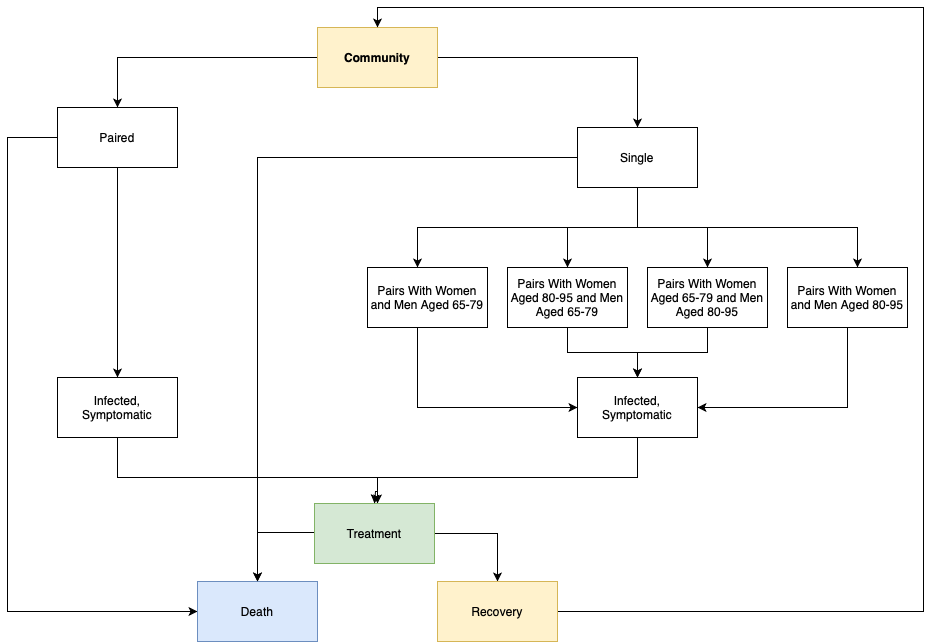
Before: Documentation/FinalReport/BlockDiagram.png, a diagram exported from draw.io (hillegass/discrete-simulation). Source tidied: cells renumbered, new cells last; positions are measured from the earlier drawing's top-left corner, leaving out a move shared by most shapes.
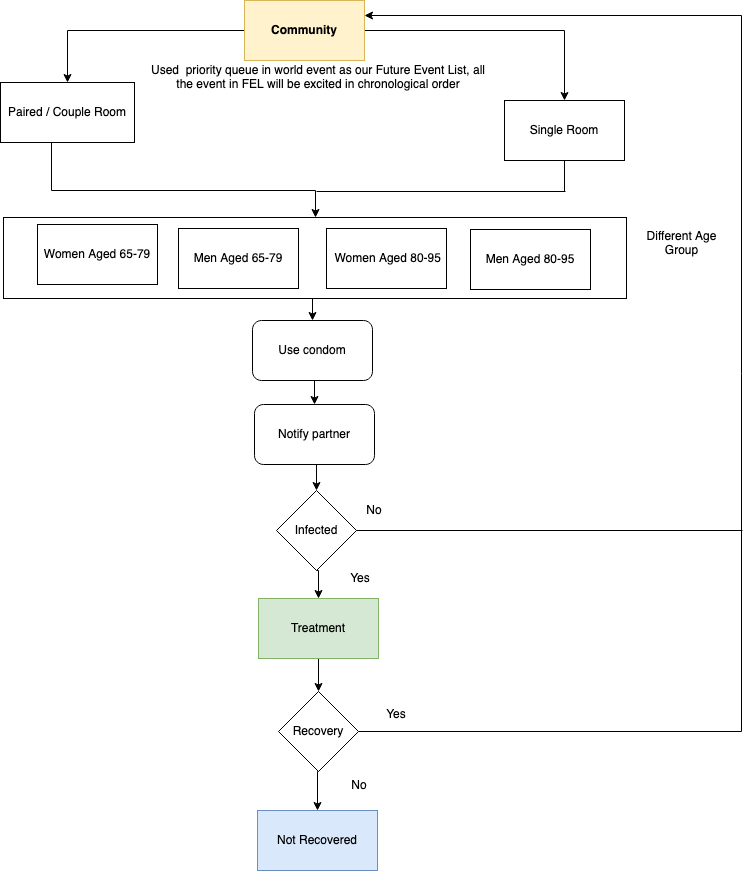
Later version of the same file.

The edit, as a diff of the source:
```diff
@@ -2,6 +2,12 @@
   <root>
     <mxCell id="0" />
     <mxCell id="1" parent="0" />
+    <mxCell id="32" style="edgeStyle=orthogonalEdgeStyle;rounded=0;jettySize=auto;html=1;exitX=0.5;exitY=1;exitDx=0;exitDy=0;entryX=0.5;entryY=0;entryDx=0;entryDy=0;" parent="1" edge="1" source="33" target="40">
+      <mxGeometry relative="1" as="geometry" />
+    </mxCell>
+    <mxCell id="33" style="rounded=0;whiteSpace=wrap;html=1;" parent="1" vertex="1">
+      <mxGeometry x="370" y="255" width="623" height="81" as="geometry" />
+    </mxCell>
     <mxCell id="2" style="edgeStyle=orthogonalEdgeStyle;rounded=0;jettySize=auto;html=1;" parent="1" edge="1" source="4" target="21">
       <mxGeometry relative="1" as="geometry" />
     </mxCell>
@@ -9,137 +15,108 @@
       <mxGeometry relative="1" as="geometry" />
     </mxCell>
     <mxCell id="4" value="Community" style="rounded=0;whiteSpace=wrap;html=1;fillColor=#fff2cc;strokeColor=#d6b656;gradientColor=none;fontStyle=1;" parent="1" vertex="1">
-      <mxGeometry x="310" y="20" width="120" height="60" as="geometry" />
+      <mxGeometry x="611" y="38" width="120" height="60" as="geometry" />
     </mxCell>
-    <mxCell id="5" style="edgeStyle=orthogonalEdgeStyle;rounded=0;jettySize=auto;html=1;entryX=0.5;entryY=0;entryDx=0;entryDy=0;" parent="1" edge="1" source="7" target="9">
-      <mxGeometry relative="1" as="geometry" />
-    </mxCell>
-    <mxCell id="6" style="edgeStyle=orthogonalEdgeStyle;rounded=0;jettySize=auto;html=1;entryX=0;entryY=0.5;entryDx=0;entryDy=0;" parent="1" edge="1" source="7" target="15">
-      <mxGeometry relative="1" as="geometry">
-        <Array as="points">
-          <mxPoint y="130" />
-          <mxPoint y="604" />
-        </Array>
-      </mxGeometry>
-    </mxCell>
+    <mxCell id="34" style="edgeStyle=orthogonalEdgeStyle;rounded=0;jettySize=auto;html=1;exitX=0.5;exitY=1;exitDx=0;exitDy=0;" parent="1" edge="1" source="7" target="33">
+      <mxGeometry relative="1" as="geometry">
+        <Array as="points">
+          <mxPoint x="418" y="228" />
+          <mxPoint x="682" y="228" />
+        </Array>
+      </mxGeometry>
+    </mxCell>
-    <mxCell id="7" value="Paired" style="rounded=0;whiteSpace=wrap;html=1;" parent="1" vertex="1">
-      <mxGeometry x="50" y="100" width="120" height="60" as="geometry" />
+    <mxCell id="7" value="Paired / Couple Room" style="rounded=0;whiteSpace=wrap;html=1;" parent="1" vertex="1">
+      <mxGeometry x="367" y="120" width="134" height="60" as="geometry" />
     </mxCell>
-    <mxCell id="8" style="edgeStyle=orthogonalEdgeStyle;rounded=0;jettySize=auto;html=1;" parent="1" edge="1" source="9" target="12">
-      <mxGeometry relative="1" as="geometry">
-        <Array as="points">
-          <mxPoint x="110" y="470" />
-          <mxPoint x="370" y="470" />
-        </Array>
-      </mxGeometry>
-    </mxCell>
-    <mxCell id="9" value="Infected, Symptomatic" style="rounded=0;whiteSpace=wrap;html=1;" parent="1" vertex="1">
-      <mxGeometry x="50" y="370" width="120" height="60" as="geometry" />
-    </mxCell>
-    <mxCell id="10" style="edgeStyle=orthogonalEdgeStyle;rounded=0;jettySize=auto;html=1;" parent="1" edge="1" source="12" target="15">
-      <mxGeometry relative="1" as="geometry">
-        <Array as="points">
-          <mxPoint x="250" y="525" />
-        </Array>
-      </mxGeometry>
-    </mxCell>
-    <mxCell id="11" style="edgeStyle=orthogonalEdgeStyle;rounded=0;jettySize=auto;html=1;" parent="1" edge="1" source="12" target="14">
+    <mxCell id="11" style="edgeStyle=orthogonalEdgeStyle;rounded=0;jettySize=auto;html=1;exitX=0.5;exitY=1;exitDx=0;exitDy=0;" parent="1" edge="1" source="12" target="14">
       <mxGeometry relative="1" as="geometry" />
     </mxCell>
     <mxCell id="12" value="Treatment" style="rounded=0;whiteSpace=wrap;html=1;fillColor=#d5e8d4;strokeColor=#82b366;" parent="1" vertex="1">
-      <mxGeometry x="307" y="496" width="120" height="60" as="geometry" />
+      <mxGeometry x="625" y="636" width="120" height="60" as="geometry" />
     </mxCell>
+    <mxCell id="15" value="Not Recovered" style="rounded=0;whiteSpace=wrap;html=1;fillColor=#dae8fc;strokeColor=#6c8ebf;" parent="1" vertex="1">
+      <mxGeometry x="624" y="848" width="120" height="60" as="geometry" />
+    </mxCell>
+    <mxCell id="21" value="Single Room" style="rounded=0;whiteSpace=wrap;html=1;" parent="1" vertex="1">
+      <mxGeometry x="871" y="138" width="120" height="60" as="geometry" />
+    </mxCell>
+    <mxCell id="23" value="Men Aged 65-79" style="rounded=0;whiteSpace=wrap;html=1;" parent="1" vertex="1">
+      <mxGeometry x="545" y="266" width="120" height="60" as="geometry" />
+    </mxCell>
+    <mxCell id="25" value="&amp;nbsp;Women Aged 80-95" style="rounded=0;whiteSpace=wrap;html=1;" parent="1" vertex="1">
+      <mxGeometry x="693" y="266" width="120" height="60" as="geometry" />
+    </mxCell>
+    <mxCell id="27" value="Men Aged 80-95" style="rounded=0;whiteSpace=wrap;html=1;" parent="1" vertex="1">
+      <mxGeometry x="837" y="267" width="120" height="60" as="geometry" />
+    </mxCell>
+    <mxCell id="29" value="Women Aged 65-79" style="rounded=0;whiteSpace=wrap;html=1;" parent="1" vertex="1">
+      <mxGeometry x="404" y="262" width="120" height="60" as="geometry" />
+    </mxCell>
+    <mxCell id="35" value="Used &amp;nbsp;priority queue in world event as our Future Event List, all the event in FEL will be excited in chronological order" style="text;html=1;strokeColor=none;fillColor=none;align=center;verticalAlign=middle;whiteSpace=wrap;rounded=0;fontColor=#000000;fontStyle=0;" parent="1" vertex="1">
+      <mxGeometry x="510" y="105" width="350" height="20" as="geometry" />
+    </mxCell>
+    <mxCell id="36" style="endArrow=none;html=1;" parent="1" edge="1">
+      <mxGeometry relative="1" as="geometry">
+        <mxPoint x="683" y="229" as="sourcePoint" />
+        <mxPoint x="932" y="229" as="targetPoint" />
+      </mxGeometry>
+    </mxCell>
+    <mxCell id="37" style="endArrow=none;html=1;entryX=0.5;entryY=1;entryDx=0;entryDy=0;" parent="1" edge="1" target="21">
+      <mxGeometry relative="1" as="geometry">
+        <mxPoint x="931" y="229" as="sourcePoint" />
+      </mxGeometry>
+    </mxCell>
+    <mxCell id="38" value="&lt;div&gt;Different Age Group&lt;/div&gt;&lt;div&gt;&lt;br&gt;&lt;/div&gt;" style="text;html=1;strokeColor=none;fillColor=none;align=center;verticalAlign=middle;whiteSpace=wrap;rounded=0;" parent="1" vertex="1">
+      <mxGeometry x="1003" y="262" width="91" height="51" as="geometry" />
+    </mxCell>
+    <mxCell id="39" style="edgeStyle=orthogonalEdgeStyle;rounded=0;jettySize=auto;html=1;exitX=0.5;exitY=1;exitDx=0;exitDy=0;entryX=0.5;entryY=0;entryDx=0;entryDy=0;" parent="1" edge="1" source="40" target="42">
+      <mxGeometry relative="1" as="geometry" />
+    </mxCell>
+    <mxCell id="40" value="Use condom" style="rounded=1;whiteSpace=wrap;html=1;" parent="1" vertex="1">
+      <mxGeometry x="619" y="358" width="120" height="60" as="geometry" />
+    </mxCell>
+    <mxCell id="41" style="edgeStyle=orthogonalEdgeStyle;rounded=0;jettySize=auto;html=1;exitX=0.5;exitY=1;exitDx=0;exitDy=0;entryX=0.5;entryY=0;entryDx=0;entryDy=0;" parent="1" edge="1" source="42" target="44">
+      <mxGeometry relative="1" as="geometry" />
+    </mxCell>
+    <mxCell id="42" value="Notify partner" style="rounded=1;whiteSpace=wrap;html=1;" parent="1" vertex="1">
+      <mxGeometry x="621" y="442" width="120" height="60" as="geometry" />
+    </mxCell>
+    <mxCell id="43" style="edgeStyle=orthogonalEdgeStyle;rounded=0;jettySize=auto;html=1;exitX=0.5;exitY=1;exitDx=0;exitDy=0;entryX=0.5;entryY=0;entryDx=0;entryDy=0;" parent="1" edge="1" source="44" target="12">
+      <mxGeometry relative="1" as="geometry" />
+    </mxCell>
+    <mxCell id="44" value="Infected" style="rhombus;whiteSpace=wrap;html=1;" parent="1" vertex="1">
+      <mxGeometry x="643" y="528" width="80" height="80" as="geometry" />
+    </mxCell>
+    <mxCell id="45" value="Yes" style="text;html=1;strokeColor=none;fillColor=none;align=center;verticalAlign=middle;whiteSpace=wrap;rounded=0;" parent="1" vertex="1">
+      <mxGeometry x="707" y="606" width="40" height="20" as="geometry" />
+    </mxCell>
+    <mxCell id="46" style="edgeStyle=orthogonalEdgeStyle;rounded=0;jettySize=auto;html=1;exitX=0.5;exitY=1;exitDx=0;exitDy=0;entryX=0.5;entryY=0;entryDx=0;entryDy=0;" parent="1" edge="1" source="14" target="15">
+      <mxGeometry relative="1" as="geometry" />
+    </mxCell>
-    <mxCell id="13" style="edgeStyle=orthogonalEdgeStyle;rounded=0;jettySize=auto;html=1;entryX=0.5;entryY=0;entryDx=0;entryDy=0;" parent="1" edge="1" source="14" target="4">
+    <mxCell id="13" style="edgeStyle=orthogonalEdgeStyle;rounded=0;jettySize=auto;html=1;entryX=1;entryY=0.25;entryDx=0;entryDy=0;" parent="1" edge="1" source="14" target="4">
       <mxGeometry relative="1" as="geometry">
         <Array as="points">
-          <mxPoint x="916" y="604" />
-          <mxPoint x="916" />
-          <mxPoint x="370" />
+          <mxPoint x="1108" y="769" />
+          <mxPoint x="1108" y="53" />
         </Array>
       </mxGeometry>
     </mxCell>
-    <mxCell id="14" value="Recovery" style="rounded=0;whiteSpace=wrap;html=1;fillColor=#fff2cc;strokeColor=#d6b656;" parent="1" vertex="1">
-      <mxGeometry x="430" y="574" width="120" height="60" as="geometry" />
+    <mxCell id="14" value="Recovery" style="rhombus;whiteSpace=wrap;html=1;" parent="1" vertex="1">
+      <mxGeometry x="645" y="729" width="80" height="80" as="geometry" />
     </mxCell>
-    <mxCell id="15" value="Death" style="rounded=0;whiteSpace=wrap;html=1;fillColor=#dae8fc;strokeColor=#6c8ebf;" parent="1" vertex="1">
-      <mxGeometry x="190" y="574" width="120" height="60" as="geometry" />
-    </mxCell>
-    <mxCell id="16" style="edgeStyle=orthogonalEdgeStyle;rounded=0;jettySize=auto;html=1;" parent="1" edge="1" source="21" target="29">
-      <mxGeometry relative="1" as="geometry">
-        <Array as="points">
-          <mxPoint x="630" y="220" />
-          <mxPoint x="410" y="220" />
-        </Array>
-      </mxGeometry>
-    </mxCell>
-    <mxCell id="17" style="edgeStyle=orthogonalEdgeStyle;rounded=0;jettySize=auto;html=1;" parent="1" edge="1" source="21" target="27">
-      <mxGeometry relative="1" as="geometry">
-        <Array as="points">
-          <mxPoint x="630" y="220" />
-          <mxPoint x="850" y="220" />
-        </Array>
-      </mxGeometry>
-    </mxCell>
-    <mxCell id="18" style="edgeStyle=orthogonalEdgeStyle;rounded=0;jettySize=auto;html=1;" parent="1" edge="1" source="21" target="25">
-      <mxGeometry relative="1" as="geometry" />
-    </mxCell>
-    <mxCell id="19" style="edgeStyle=orthogonalEdgeStyle;rounded=0;jettySize=auto;html=1;" parent="1" edge="1" source="21" target="23">
-      <mxGeometry relative="1" as="geometry" />
-    </mxCell>
-    <mxCell id="20" style="edgeStyle=orthogonalEdgeStyle;rounded=0;jettySize=auto;html=1;entryX=0.5;entryY=0;entryDx=0;entryDy=0;" parent="1" edge="1" source="21" target="15">
-      <mxGeometry relative="1" as="geometry">
-        <Array as="points">
-          <mxPoint x="250" y="150" />
-        </Array>
-      </mxGeometry>
-    </mxCell>
-    <mxCell id="21" value="Single" style="rounded=0;whiteSpace=wrap;html=1;" parent="1" vertex="1">
-      <mxGeometry x="570" y="120" width="120" height="60" as="geometry" />
-    </mxCell>
-    <mxCell id="22" style="edgeStyle=orthogonalEdgeStyle;rounded=0;jettySize=auto;html=1;entryX=0.5;entryY=0;entryDx=0;entryDy=0;" parent="1" edge="1" source="23" target="31">
-      <mxGeometry relative="1" as="geometry" />
-    </mxCell>
-    <mxCell id="23" value="Pairs With Women Aged 80-95 and Men Aged 65-79" style="rounded=0;whiteSpace=wrap;html=1;" parent="1" vertex="1">
-      <mxGeometry x="500" y="260" width="120" height="60" as="geometry" />
-    </mxCell>
-    <mxCell id="24" style="edgeStyle=orthogonalEdgeStyle;rounded=0;jettySize=auto;html=1;entryX=0.5;entryY=0;entryDx=0;entryDy=0;" parent="1" edge="1" source="25" target="31">
-      <mxGeometry relative="1" as="geometry" />
-    </mxCell>
-    <mxCell id="25" value="Pairs With Women Aged 65-79 and Men Aged 80-95" style="rounded=0;whiteSpace=wrap;html=1;" parent="1" vertex="1">
-      <mxGeometry x="640" y="260" width="120" height="60" as="geometry" />
-    </mxCell>
-    <mxCell id="26" style="edgeStyle=orthogonalEdgeStyle;rounded=0;jettySize=auto;html=1;entryX=1;entryY=0.5;entryDx=0;entryDy=0;" parent="1" edge="1" source="27" target="31">
-      <mxGeometry relative="1" as="geometry">
-        <Array as="points">
-          <mxPoint x="840" y="400" />
-        </Array>
-      </mxGeometry>
-    </mxCell>
-    <mxCell id="27" value="Pairs With Women and Men Aged 80-95" style="rounded=0;whiteSpace=wrap;html=1;" parent="1" vertex="1">
-      <mxGeometry x="780" y="260" width="120" height="60" as="geometry" />
-    </mxCell>
-    <mxCell id="28" style="edgeStyle=orthogonalEdgeStyle;rounded=0;jettySize=auto;html=1;" parent="1" edge="1" source="29" target="31">
-      <mxGeometry relative="1" as="geometry">
-        <Array as="points">
-          <mxPoint x="410" y="400" />
-        </Array>
-      </mxGeometry>
-    </mxCell>
-    <mxCell id="29" value="Pairs With Women and Men Aged 65-79" style="rounded=0;whiteSpace=wrap;html=1;" parent="1" vertex="1">
-      <mxGeometry x="360" y="260" width="120" height="60" as="geometry" />
-    </mxCell>
-    <mxCell id="30" style="edgeStyle=orthogonalEdgeStyle;rounded=0;jettySize=auto;html=1;entryX=0.5;entryY=0;entryDx=0;entryDy=0;" parent="1" edge="1" source="31" target="12">
-      <mxGeometry relative="1" as="geometry">
-        <Array as="points">
-          <mxPoint x="630" y="470" />
-          <mxPoint x="370" y="470" />
-          <mxPoint x="370" y="484" />
-          <mxPoint x="368" y="484" />
-        </Array>
-      </mxGeometry>
-    </mxCell>
-    <mxCell id="31" value="Infected, Symptomatic" style="rounded=0;whiteSpace=wrap;html=1;" parent="1" vertex="1">
-      <mxGeometry x="570" y="370" width="120" height="60" as="geometry" />
-    </mxCell>
+    <mxCell id="47" value="No" style="text;html=1;strokeColor=none;fillColor=none;align=center;verticalAlign=middle;whiteSpace=wrap;rounded=0;" parent="1" vertex="1">
+      <mxGeometry x="706" y="813" width="40" height="20" as="geometry" />
+    </mxCell>
+    <mxCell id="48" value="Yes" style="text;html=1;strokeColor=none;fillColor=none;align=center;verticalAlign=middle;whiteSpace=wrap;rounded=0;" parent="1" vertex="1">
+      <mxGeometry x="743" y="742" width="40" height="20" as="geometry" />
+    </mxCell>
+    <mxCell id="49" style="endArrow=none;html=1;exitX=1;exitY=0.5;exitDx=0;exitDy=0;" parent="1" edge="1" source="44">
+      <mxGeometry relative="1" as="geometry">
+        <mxPoint x="1109" y="568" as="targetPoint" />
+      </mxGeometry>
+    </mxCell>
+    <mxCell id="50" value="No" style="text;html=1;strokeColor=none;fillColor=none;align=center;verticalAlign=middle;whiteSpace=wrap;rounded=0;" parent="1" vertex="1">
+      <mxGeometry x="721" y="538" width="40" height="20" as="geometry" />
+    </mxCell>
   </root>
 </mxGraphModel>
```
